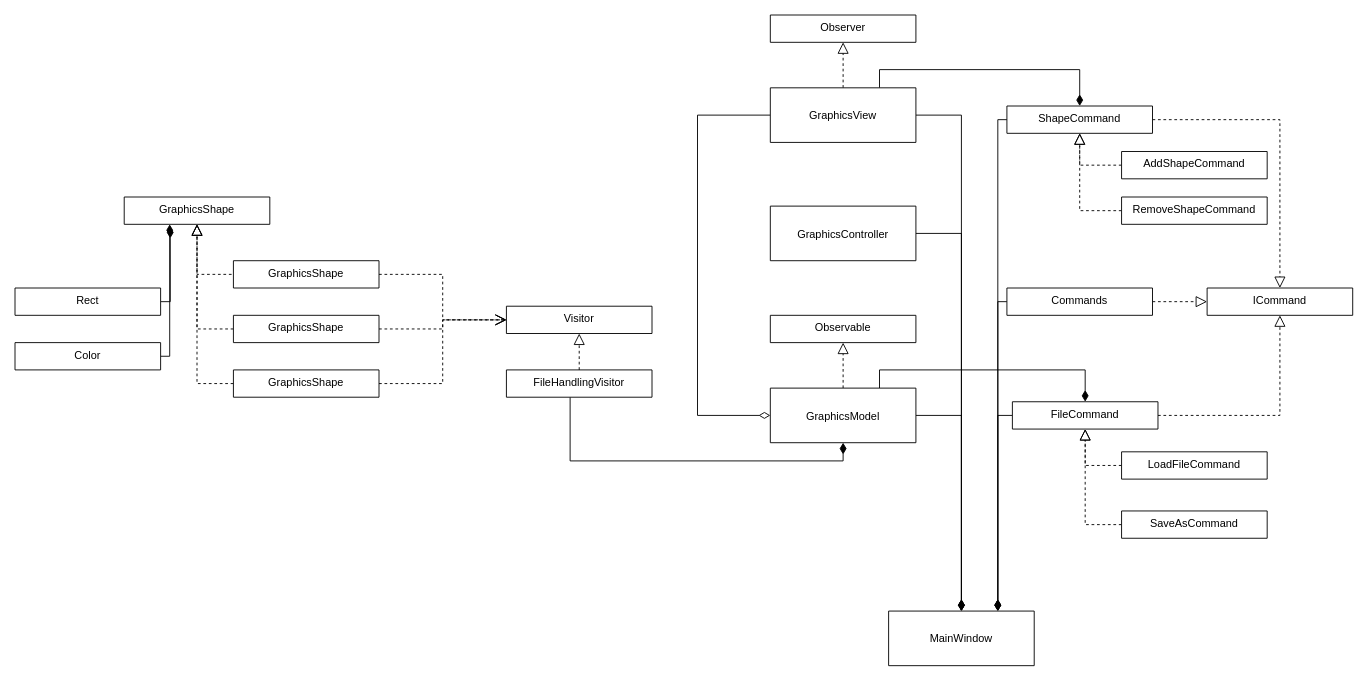
Earlier version of the draw.io diagram Untitled Diagram.drawio (Rishat22/GraphicsEditorArchitecture). Source tidied: cells renumbered, new cells numbered last; positions are measured from the earlier drawing's top-left corner, leaving out a move shared by most shapes. Both pictures are drawn from the tidied source at 91%, with x=0, y=0 at pixel (15, 15).
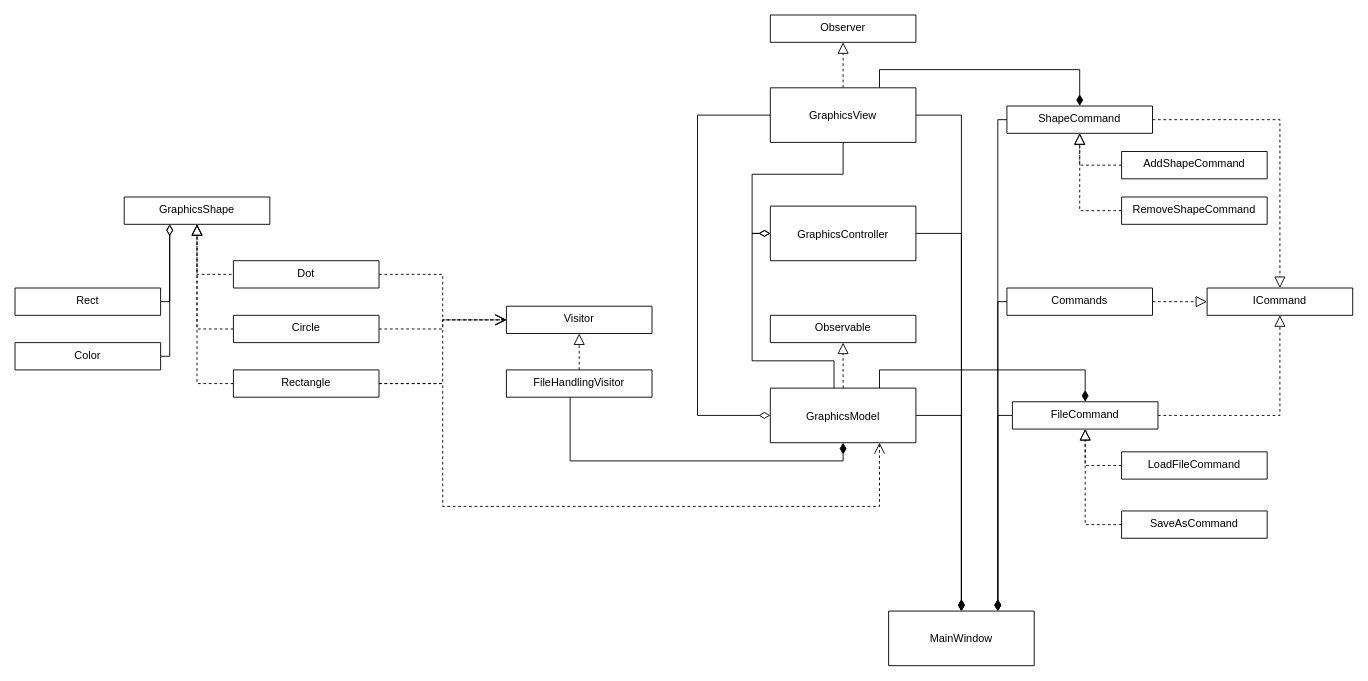
After the change.

Unchanged cells that the change refers to:
```xml
<mxCell id="2" value="GraphicsShape" style="swimlane;fontStyle=0;align=center;verticalAlign=top;horizontal=1;startSize=88;rounded=0;shadow=0;strokeWidth=1;" parent="1" vertex="1">
  <mxGeometry x="120" y="200" width="160" height="30" as="geometry" />
</mxCell>
<mxCell id="13" value="Rect" style="swimlane;fontStyle=0;align=center;verticalAlign=top;horizontal=1;startSize=88;rounded=0;shadow=0;strokeWidth=1;" parent="1" vertex="1">
  <mxGeometry y="300" width="160" height="30" as="geometry" />
</mxCell>
<mxCell id="15" value="Color" style="swimlane;fontStyle=0;align=center;verticalAlign=top;horizontal=1;startSize=88;rounded=0;shadow=0;strokeWidth=1;" parent="1" vertex="1">
  <mxGeometry y="360" width="160" height="30" as="geometry" />
</mxCell>
<mxCell id="19" value="GraphicsModel" style="swimlane;fontStyle=0;align=center;verticalAlign=middle;horizontal=1;startSize=88;rounded=0;shadow=0;strokeWidth=1;" parent="1" vertex="1">
  <mxGeometry x="830" y="410" width="160" height="60" as="geometry" />
</mxCell>
<mxCell id="22" value="GraphicsController" style="swimlane;fontStyle=0;align=center;verticalAlign=middle;horizontal=1;startSize=88;rounded=0;shadow=0;strokeWidth=1;" parent="1" vertex="1">
  <mxGeometry x="830" y="210" width="160" height="60" as="geometry" />
</mxCell>
<mxCell id="27" value="GraphicsView" style="swimlane;fontStyle=0;align=center;verticalAlign=middle;horizontal=1;startSize=88;rounded=0;shadow=0;strokeWidth=1;" parent="1" vertex="1">
  <mxGeometry x="830" y="80" width="160" height="60" as="geometry" />
</mxCell>
```

Diff of the diagram source:
```diff
@@
-    <mxCell id="5" value="GraphicsShape" style="swimlane;fontStyle=0;align=center;verticalAlign=top;horizontal=1;startSize=88;rounded=0;shadow=0;strokeWidth=1;" parent="1" vertex="1">
+    <mxCell id="5" value="Dot" style="swimlane;fontStyle=0;align=center;verticalAlign=top;horizontal=1;startSize=88;rounded=0;shadow=0;strokeWidth=1;" parent="1" vertex="1">
       <mxGeometry x="240" y="270" width="160" height="30" as="geometry" />
     </mxCell>
@@
-    <mxCell id="8" value="GraphicsShape" style="swimlane;fontStyle=0;align=center;verticalAlign=top;horizontal=1;startSize=88;rounded=0;shadow=0;strokeWidth=1;" parent="1" vertex="1">
+    <mxCell id="8" value="Circle" style="swimlane;fontStyle=0;align=center;verticalAlign=top;horizontal=1;startSize=88;rounded=0;shadow=0;strokeWidth=1;" parent="1" vertex="1">
       <mxGeometry x="240" y="330" width="160" height="30" as="geometry" />
     </mxCell>
@@
-    <mxCell id="11" value="GraphicsShape" style="swimlane;fontStyle=0;align=center;verticalAlign=top;horizontal=1;startSize=88;rounded=0;shadow=0;strokeWidth=1;" parent="1" vertex="1">
+    <mxCell id="11" value="Rectangle" style="swimlane;fontStyle=0;align=center;verticalAlign=top;horizontal=1;startSize=88;rounded=0;shadow=0;strokeWidth=1;" parent="1" vertex="1">
       <mxGeometry x="240" y="390" width="160" height="30" as="geometry" />
     </mxCell>
-    <mxCell id="12" style="edgeStyle=orthogonalEdgeStyle;rounded=0;jettySize=auto;html=1;entryX=0.316;entryY=1.084;entryDx=0;entryDy=0;entryPerimeter=0;endArrow=diamondThin;endFill=1;endSize=10;" parent="1" edge="1" source="13" target="2">
-      <mxGeometry relative="1" as="geometry">
-        <Array as="points">
-          <mxPoint x="171" y="315" />
-        </Array>
-      </mxGeometry>
-    </mxCell>
+    <mxCell id="52" style="edgeStyle=orthogonalEdgeStyle;rounded=0;jettySize=auto;html=1;endArrow=diamondThin;endFill=0;endSize=10;" parent="1" edge="1" source="13">
+      <mxGeometry relative="1" as="geometry">
+        <mxPoint x="170" y="230" as="targetPoint" />
+        <Array as="points">
+          <mxPoint x="170" y="315" />
+        </Array>
+      </mxGeometry>
+    </mxCell>
@@
-    <mxCell id="14" style="edgeStyle=orthogonalEdgeStyle;rounded=0;jettySize=auto;html=1;endArrow=diamondThin;endFill=1;endSize=10;" parent="1" edge="1" source="15">
-      <mxGeometry relative="1" as="geometry">
-        <mxPoint x="170" y="230" as="targetPoint" />
-        <Array as="points">
-          <mxPoint x="170" y="375" />
-        </Array>
-      </mxGeometry>
-    </mxCell>
+    <mxCell id="53" style="edgeStyle=orthogonalEdgeStyle;rounded=0;jettySize=auto;html=1;endArrow=diamondThin;endFill=0;endSize=10;" parent="1" edge="1" source="15">
+      <mxGeometry relative="1" as="geometry">
+        <mxPoint x="170" y="230" as="targetPoint" />
+        <Array as="points">
+          <mxPoint x="170" y="375" />
+        </Array>
+      </mxGeometry>
+    </mxCell>
@@
+    <mxCell id="54" style="edgeStyle=orthogonalEdgeStyle;rounded=0;jettySize=auto;html=1;entryX=0;entryY=0.5;entryDx=0;entryDy=0;endArrow=diamondThin;endFill=0;endSize=10;" parent="1" edge="1" source="19" target="22">
+      <mxGeometry relative="1" as="geometry">
+        <Array as="points">
+          <mxPoint x="900" y="380" />
+          <mxPoint x="810" y="380" />
+          <mxPoint x="810" y="240" />
+        </Array>
+      </mxGeometry>
+    </mxCell>
@@
+    <mxCell id="55" style="edgeStyle=orthogonalEdgeStyle;rounded=0;jettySize=auto;html=1;entryX=0;entryY=0.5;entryDx=0;entryDy=0;endArrow=diamondThin;endFill=0;endSize=10;" parent="1" edge="1" source="27" target="22">
+      <mxGeometry relative="1" as="geometry" />
+    </mxCell>
@@
+    <mxCell id="56" style="edgeStyle=orthogonalEdgeStyle;rounded=0;jettySize=auto;html=1;endArrow=open;endFill=0;endSize=10;dashed=1;exitX=1;exitY=0.5;exitDx=0;exitDy=0;entryX=0.75;entryY=1;entryDx=0;entryDy=0;" parent="1" edge="1" source="11" target="19">
+      <mxGeometry relative="1" as="geometry">
+        <Array as="points">
+          <mxPoint x="470" y="405" />
+          <mxPoint x="470" y="540" />
+          <mxPoint x="950" y="540" />
+        </Array>
+      </mxGeometry>
+    </mxCell>
```
